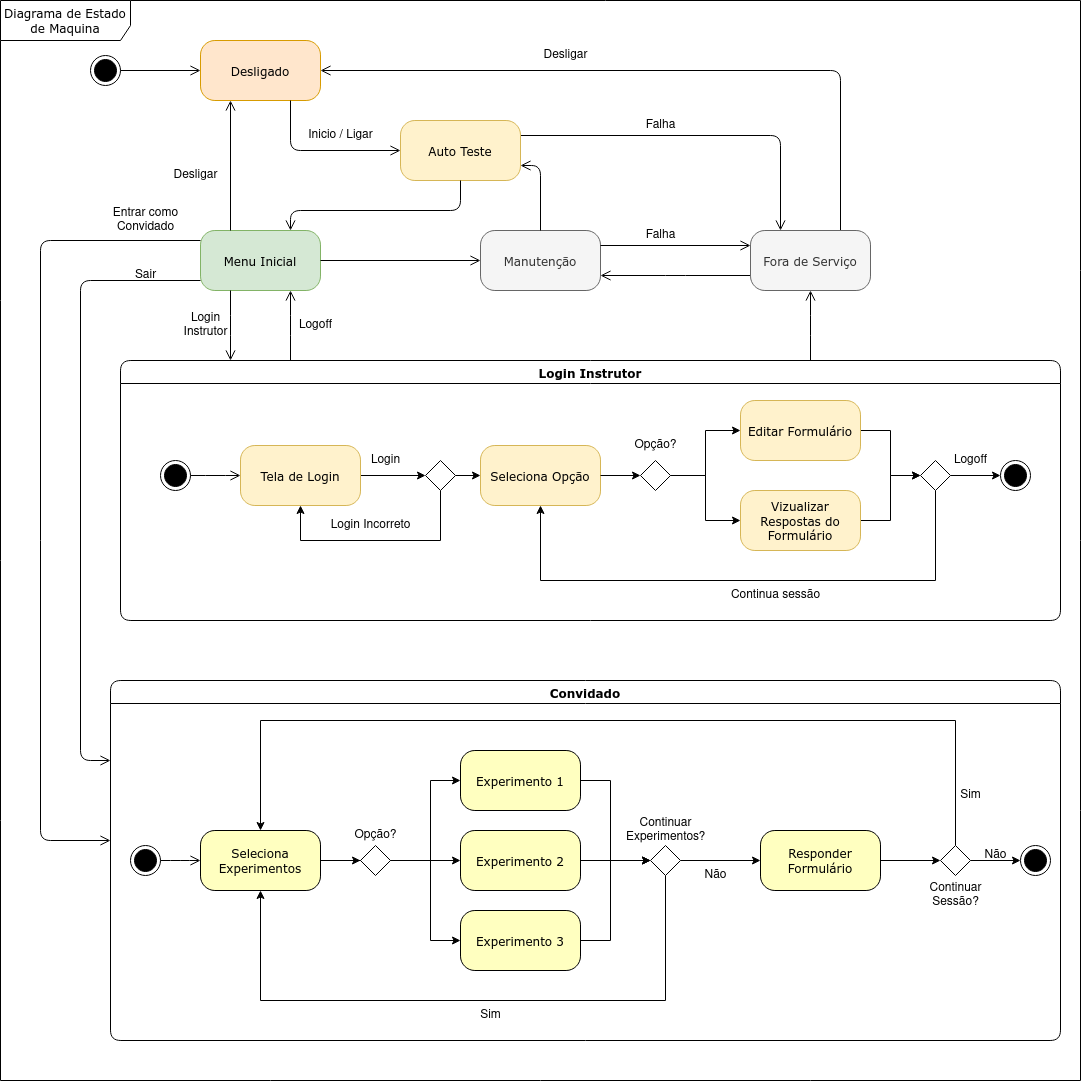
Before: StateMachineDiagram.drawio.png, a diagram exported from draw.io (Osidious/PI1-2022-2). Source tidied: cells renumbered, new cells last; positions are measured from the earlier drawing's top-left corner, leaving out a move shared by most shapes.
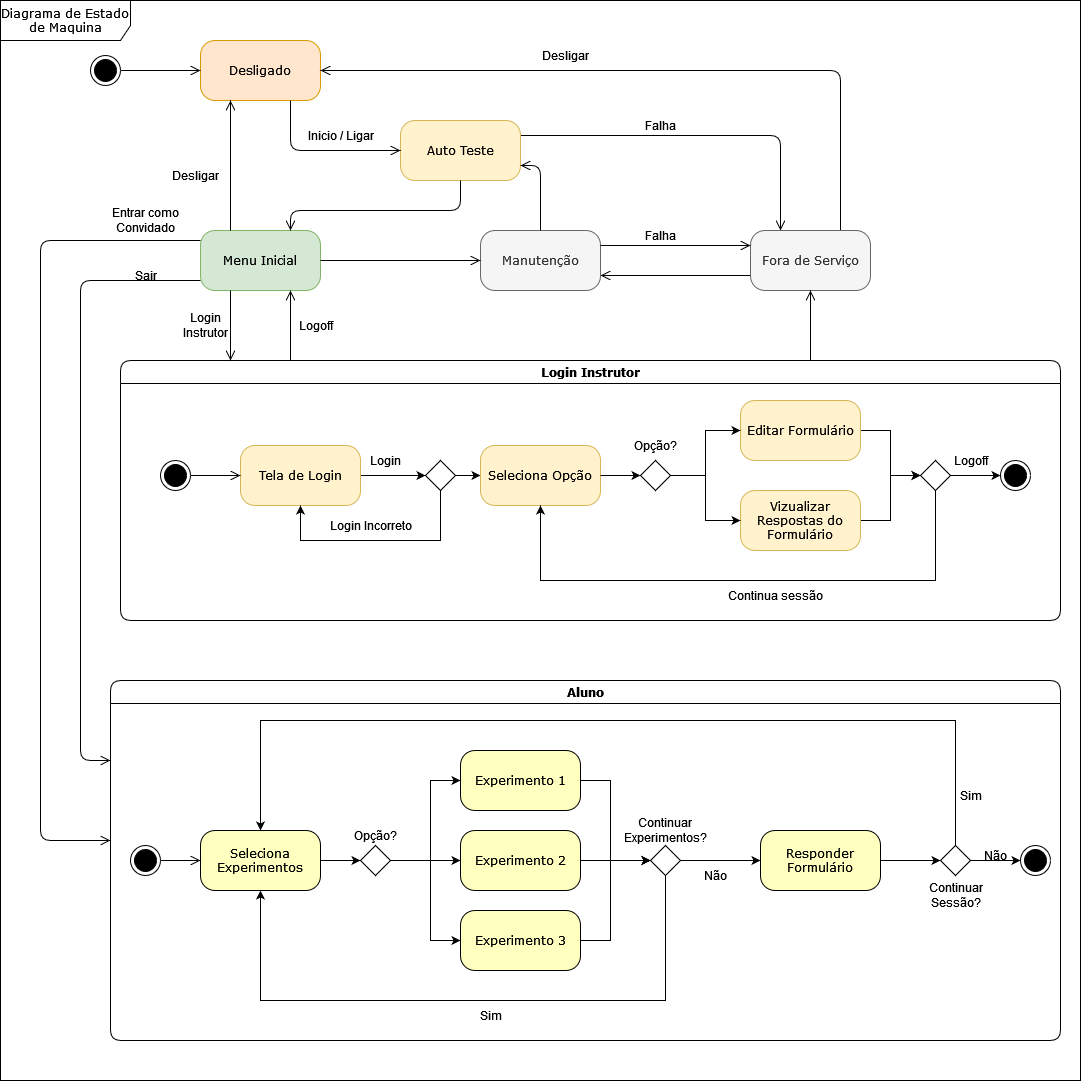
After the commit.

The edit, as a diff of the source:
```diff
@@ -178,7 +178,7 @@
     <mxCell id="52" value="Falha" style="text;html=1;align=center;verticalAlign=middle;strokeColor=none;fillColor=none;" parent="1" vertex="1">
       <mxGeometry x="635" y="110" width="50" height="30" as="geometry" />
     </mxCell>
-    <mxCell id="53" value="Convidado" style="swimlane;whiteSpace=wrap;html=1;rounded=1;shadow=0;comic=0;labelBackgroundColor=none;strokeWidth=1;fontFamily=Verdana;fontSize=12;align=center;" parent="1" vertex="1">
+    <mxCell id="53" value="Aluno" style="swimlane;whiteSpace=wrap;html=1;rounded=1;shadow=0;comic=0;labelBackgroundColor=none;strokeWidth=1;fontFamily=Verdana;fontSize=12;align=center;" parent="1" vertex="1">
       <mxGeometry x="110" y="680" width="950" height="360" as="geometry" />
     </mxCell>
     <mxCell id="54" style="edgeStyle=orthogonalEdgeStyle;rounded=0;jettySize=auto;html=1;strokeColor=#000000;" parent="53" edge="1" source="55" target="64">
```
